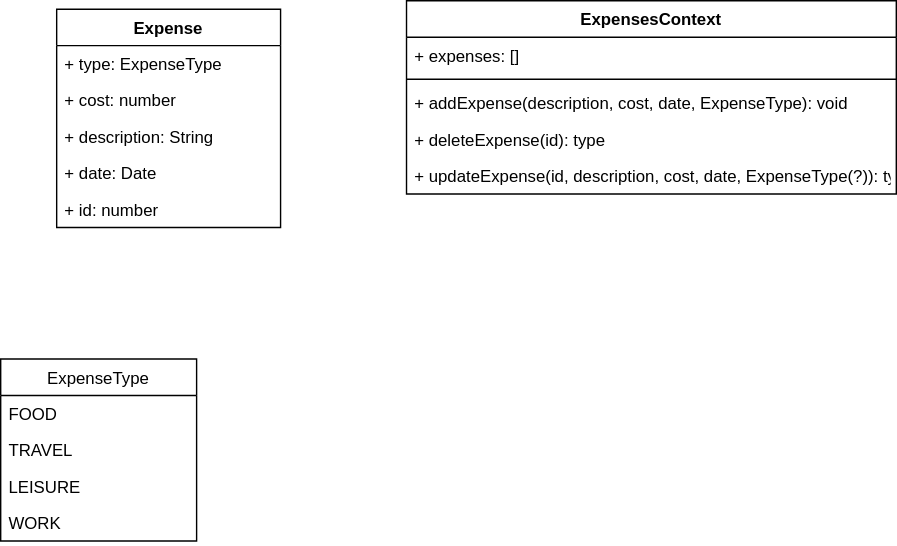
This is udemy/ExpenseTracker/docs/classDiagram.drawio.svg from FennecFromSahara/Mobile_Applications_IDATA2503, a draw.io export, as it was before one commit. Source tidied: cells renumbered, new cells last; positions are measured from the earlier drawing's top-left corner, leaving out a move shared by most shapes.
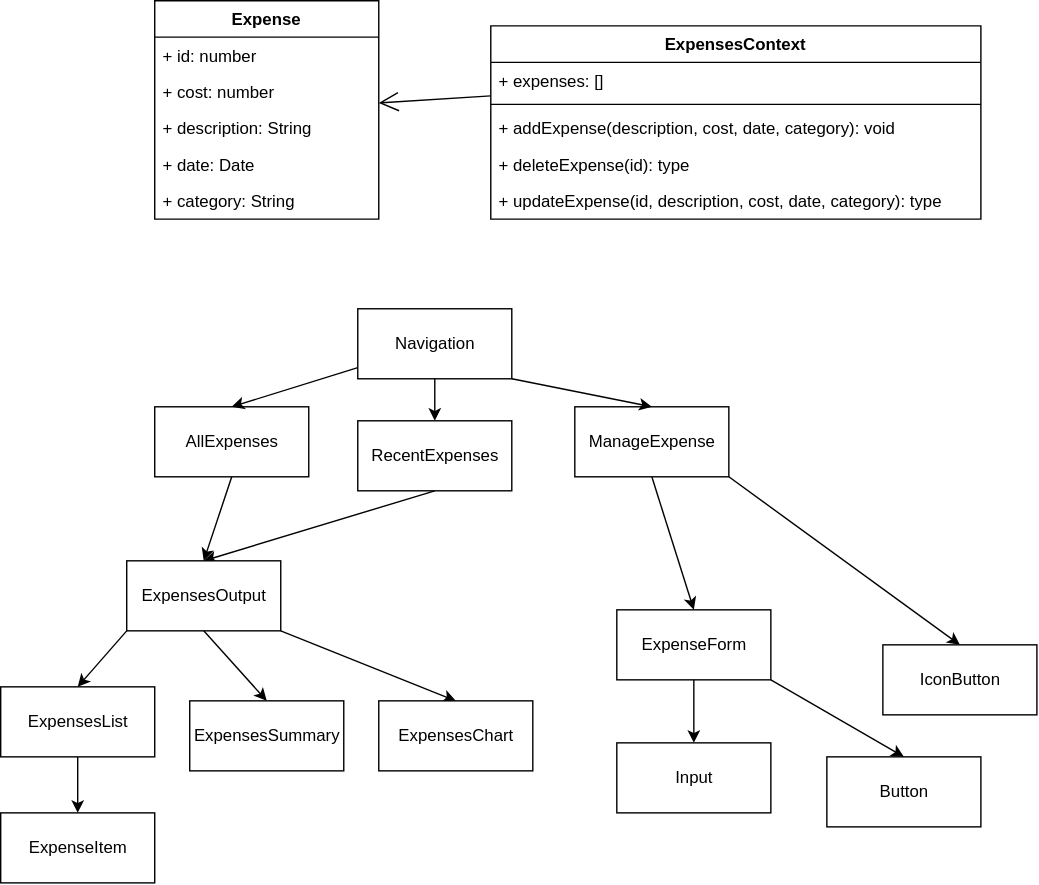
After the commit.

Commit message:
Add specifications and peerReview. Update classDiagram

Diff of the diagram source:
```diff
@@ -5,9 +5,9 @@
     <mxCell id="2" value="Expense" style="swimlane;fontStyle=1;align=center;verticalAlign=top;horizontal=1;startSize=26;" parent="1" vertex="1">
       <mxGeometry x="40" y="6" width="160" height="156" as="geometry" />
     </mxCell>
-    <mxCell id="3" value="+ type: ExpenseType" style="text;strokeColor=none;fillColor=none;align=left;verticalAlign=top;spacingLeft=4;spacingRight=4;overflow=hidden;" parent="2" vertex="1">
-      <mxGeometry y="26" width="160" height="26" as="geometry" />
-    </mxCell>
+    <mxCell id="7" value="+ id: number" style="text;strokeColor=none;fillColor=none;align=left;verticalAlign=top;spacingLeft=4;spacingRight=4;overflow=hidden;" parent="2" vertex="1">
+      <mxGeometry y="26" width="160" height="26" as="geometry" />
+    </mxCell>
     <mxCell id="4" value="+ cost: number" style="text;strokeColor=none;fillColor=none;align=left;verticalAlign=top;spacingLeft=4;spacingRight=4;overflow=hidden;" parent="2" vertex="1">
       <mxGeometry y="52" width="160" height="26" as="geometry" />
     </mxCell>
@@ -17,11 +17,11 @@
     <mxCell id="6" value="+ date: Date" style="text;strokeColor=none;fillColor=none;align=left;verticalAlign=top;spacingLeft=4;spacingRight=4;overflow=hidden;" parent="2" vertex="1">
       <mxGeometry y="104" width="160" height="26" as="geometry" />
     </mxCell>
-    <mxCell id="7" value="+ id: number" style="text;strokeColor=none;fillColor=none;align=left;verticalAlign=top;spacingLeft=4;spacingRight=4;overflow=hidden;" parent="2" vertex="1">
-      <mxGeometry y="130" width="160" height="26" as="geometry" />
-    </mxCell>
+    <mxCell id="19" value="+ category: String" style="text;strokeColor=none;fillColor=none;align=left;verticalAlign=top;spacingLeft=4;spacingRight=4;overflow=hidden;" parent="2" vertex="1">
+      <mxGeometry y="130" width="160" height="26" as="geometry" />
+    </mxCell>
     <mxCell id="8" value="ExpensesContext" style="swimlane;fontStyle=1;align=center;verticalAlign=top;horizontal=1;startSize=26;" parent="1" vertex="1">
-      <mxGeometry x="290" width="350" height="138" as="geometry" />
+      <mxGeometry x="280" y="24" width="350" height="138" as="geometry" />
     </mxCell>
     <mxCell id="9" value="+ expenses: []" style="text;strokeColor=none;fillColor=none;align=left;verticalAlign=top;spacingLeft=4;spacingRight=4;overflow=hidden;points=[[0,0.5],[1,0.5]];portConstraint=eastwest;" parent="8" vertex="1">
       <mxGeometry y="26" width="350" height="26" as="geometry" />
@@ -29,29 +29,95 @@
     <mxCell id="10" style="line;strokeWidth=1;fillColor=none;align=left;verticalAlign=middle;spacingTop=-1;spacingLeft=3;spacingRight=3;labelPosition=right;strokeColor=inherit;" parent="8" vertex="1">
       <mxGeometry y="52" width="350" height="8" as="geometry" />
     </mxCell>
-    <mxCell id="11" value="+ addExpense(description, cost, date, ExpenseType): void" style="text;strokeColor=none;fillColor=none;align=left;verticalAlign=top;spacingLeft=4;spacingRight=4;overflow=hidden;" parent="8" vertex="1">
+    <mxCell id="11" value="+ addExpense(description, cost, date, category): void" style="text;strokeColor=none;fillColor=none;align=left;verticalAlign=top;spacingLeft=4;spacingRight=4;overflow=hidden;" parent="8" vertex="1">
       <mxGeometry y="60" width="350" height="26" as="geometry" />
     </mxCell>
     <mxCell id="12" value="+ deleteExpense(id): type" style="text;strokeColor=none;fillColor=none;align=left;verticalAlign=top;spacingLeft=4;spacingRight=4;overflow=hidden;" parent="8" vertex="1">
       <mxGeometry y="86" width="350" height="26" as="geometry" />
     </mxCell>
-    <mxCell id="13" value="+ updateExpense(id, description, cost, date, ExpenseType(?)): type" style="text;strokeColor=none;fillColor=none;align=left;verticalAlign=top;spacingLeft=4;spacingRight=4;overflow=hidden;" parent="8" vertex="1">
+    <mxCell id="13" value="+ updateExpense(id, description, cost, date, category): type" style="text;strokeColor=none;fillColor=none;align=left;verticalAlign=top;spacingLeft=4;spacingRight=4;overflow=hidden;" parent="8" vertex="1">
       <mxGeometry y="112" width="350" height="26" as="geometry" />
     </mxCell>
-    <mxCell id="14" value="ExpenseType" style="swimlane;fontStyle=0;horizontal=1;startSize=26;fillColor=none;" parent="1" vertex="1">
-      <mxGeometry y="256" width="140" height="130" as="geometry" />
-    </mxCell>
-    <mxCell id="15" value="FOOD" style="text;strokeColor=none;fillColor=none;align=left;verticalAlign=top;spacingLeft=4;spacingRight=4;overflow=hidden;" parent="14" vertex="1">
-      <mxGeometry y="26" width="140" height="26" as="geometry" />
-    </mxCell>
-    <mxCell id="16" value="TRAVEL" style="text;strokeColor=none;fillColor=none;align=left;verticalAlign=top;spacingLeft=4;spacingRight=4;overflow=hidden;" parent="14" vertex="1">
-      <mxGeometry y="52" width="140" height="26" as="geometry" />
-    </mxCell>
-    <mxCell id="17" value="LEISURE" style="text;strokeColor=none;fillColor=none;align=left;verticalAlign=top;spacingLeft=4;spacingRight=4;overflow=hidden;" parent="14" vertex="1">
-      <mxGeometry y="78" width="140" height="26" as="geometry" />
-    </mxCell>
-    <mxCell id="18" value="WORK" style="text;strokeColor=none;fillColor=none;align=left;verticalAlign=top;spacingLeft=4;spacingRight=4;overflow=hidden;" parent="14" vertex="1">
-      <mxGeometry y="104" width="140" height="26" as="geometry" />
-    </mxCell>
+    <mxCell id="20" style="edgeStyle=none;html=1;exitX=0.5;exitY=1;exitDx=0;exitDy=0;entryX=0.5;entryY=0;entryDx=0;entryDy=0;" parent="1" edge="1" source="21" target="36">
+      <mxGeometry relative="1" as="geometry" />
+    </mxCell>
+    <mxCell id="21" value="AllExpenses" style="html=1;" parent="1" vertex="1">
+      <mxGeometry x="40" y="296" width="110" height="50" as="geometry" />
+    </mxCell>
+    <mxCell id="22" style="edgeStyle=none;html=1;exitX=0.5;exitY=1;exitDx=0;exitDy=0;entryX=0.5;entryY=0;entryDx=0;entryDy=0;" parent="1" edge="1" source="23" target="36">
+      <mxGeometry relative="1" as="geometry" />
+    </mxCell>
+    <mxCell id="23" value="RecentExpenses" style="html=1;" parent="1" vertex="1">
+      <mxGeometry x="185" y="306" width="110" height="50" as="geometry" />
+    </mxCell>
+    <mxCell id="24" style="edgeStyle=none;html=1;exitX=0.5;exitY=1;exitDx=0;exitDy=0;entryX=0.5;entryY=0;entryDx=0;entryDy=0;" parent="1" edge="1" source="26" target="41">
+      <mxGeometry relative="1" as="geometry" />
+    </mxCell>
+    <mxCell id="25" style="edgeStyle=none;html=1;exitX=1;exitY=1;exitDx=0;exitDy=0;entryX=0.5;entryY=0;entryDx=0;entryDy=0;" parent="1" edge="1" source="26" target="45">
+      <mxGeometry relative="1" as="geometry" />
+    </mxCell>
+    <mxCell id="26" value="ManageExpense" style="html=1;" parent="1" vertex="1">
+      <mxGeometry x="340" y="296" width="110" height="50" as="geometry" />
+    </mxCell>
+    <mxCell id="27" style="edgeStyle=none;html=1;entryX=0.5;entryY=0;entryDx=0;entryDy=0;" parent="1" edge="1" source="30" target="21">
+      <mxGeometry relative="1" as="geometry" />
+    </mxCell>
+    <mxCell id="28" style="edgeStyle=none;html=1;exitX=0.5;exitY=1;exitDx=0;exitDy=0;entryX=0.5;entryY=0;entryDx=0;entryDy=0;" parent="1" edge="1" source="30" target="23">
+      <mxGeometry relative="1" as="geometry" />
+    </mxCell>
+    <mxCell id="29" style="edgeStyle=none;html=1;exitX=1;exitY=1;exitDx=0;exitDy=0;entryX=0.5;entryY=0;entryDx=0;entryDy=0;" parent="1" edge="1" source="30" target="26">
+      <mxGeometry relative="1" as="geometry" />
+    </mxCell>
+    <mxCell id="30" value="Navigation" style="html=1;" parent="1" vertex="1">
+      <mxGeometry x="185" y="226" width="110" height="50" as="geometry" />
+    </mxCell>
+    <mxCell id="31" style="edgeStyle=none;html=1;exitX=0.5;exitY=1;exitDx=0;exitDy=0;entryX=0.5;entryY=0;entryDx=0;entryDy=0;" parent="1" edge="1" source="32" target="38">
+      <mxGeometry relative="1" as="geometry" />
+    </mxCell>
+    <mxCell id="32" value="ExpensesList" style="html=1;" parent="1" vertex="1">
+      <mxGeometry x="-70" y="496" width="110" height="50" as="geometry" />
+    </mxCell>
+    <mxCell id="33" style="edgeStyle=none;html=1;exitX=0;exitY=1;exitDx=0;exitDy=0;entryX=0.5;entryY=0;entryDx=0;entryDy=0;" parent="1" edge="1" source="36" target="32">
+      <mxGeometry relative="1" as="geometry" />
+    </mxCell>
+    <mxCell id="34" style="edgeStyle=none;html=1;exitX=1;exitY=1;exitDx=0;exitDy=0;entryX=0.5;entryY=0;entryDx=0;entryDy=0;" parent="1" edge="1" source="36" target="37">
+      <mxGeometry relative="1" as="geometry" />
+    </mxCell>
+    <mxCell id="35" style="edgeStyle=none;html=1;exitX=0.5;exitY=1;exitDx=0;exitDy=0;entryX=0.5;entryY=0;entryDx=0;entryDy=0;" parent="1" edge="1" source="36" target="43">
+      <mxGeometry relative="1" as="geometry" />
+    </mxCell>
+    <mxCell id="36" value="ExpensesOutput" style="html=1;" parent="1" vertex="1">
+      <mxGeometry x="20" y="406" width="110" height="50" as="geometry" />
+    </mxCell>
+    <mxCell id="37" value="ExpensesChart" style="html=1;" parent="1" vertex="1">
+      <mxGeometry x="200" y="506" width="110" height="50" as="geometry" />
+    </mxCell>
+    <mxCell id="38" value="ExpenseItem" style="html=1;" parent="1" vertex="1">
+      <mxGeometry x="-70" y="586" width="110" height="50" as="geometry" />
+    </mxCell>
+    <mxCell id="39" style="edgeStyle=none;html=1;exitX=0.5;exitY=1;exitDx=0;exitDy=0;entryX=0.5;entryY=0;entryDx=0;entryDy=0;" parent="1" edge="1" source="41" target="42">
+      <mxGeometry relative="1" as="geometry" />
+    </mxCell>
+    <mxCell id="40" style="edgeStyle=none;html=1;exitX=1;exitY=1;exitDx=0;exitDy=0;entryX=0.5;entryY=0;entryDx=0;entryDy=0;" parent="1" edge="1" source="41" target="44">
+      <mxGeometry relative="1" as="geometry" />
+    </mxCell>
+    <mxCell id="41" value="ExpenseForm" style="html=1;" parent="1" vertex="1">
+      <mxGeometry x="370" y="441" width="110" height="50" as="geometry" />
+    </mxCell>
+    <mxCell id="42" value="Input" style="html=1;" parent="1" vertex="1">
+      <mxGeometry x="370" y="536" width="110" height="50" as="geometry" />
+    </mxCell>
+    <mxCell id="43" value="ExpensesSummary" style="html=1;" parent="1" vertex="1">
+      <mxGeometry x="65" y="506" width="110" height="50" as="geometry" />
+    </mxCell>
+    <mxCell id="44" value="Button" style="html=1;" parent="1" vertex="1">
+      <mxGeometry x="520" y="546" width="110" height="50" as="geometry" />
+    </mxCell>
+    <mxCell id="45" value="IconButton" style="html=1;" parent="1" vertex="1">
+      <mxGeometry x="560" y="466" width="110" height="50" as="geometry" />
+    </mxCell>
+    <mxCell id="46" style="endArrow=open;endFill=1;endSize=12;html=1;" parent="1" edge="1" source="9" target="2">
+      <mxGeometry relative="1" as="geometry" />
+    </mxCell>
   </root>
 </mxGraphModel>
```
